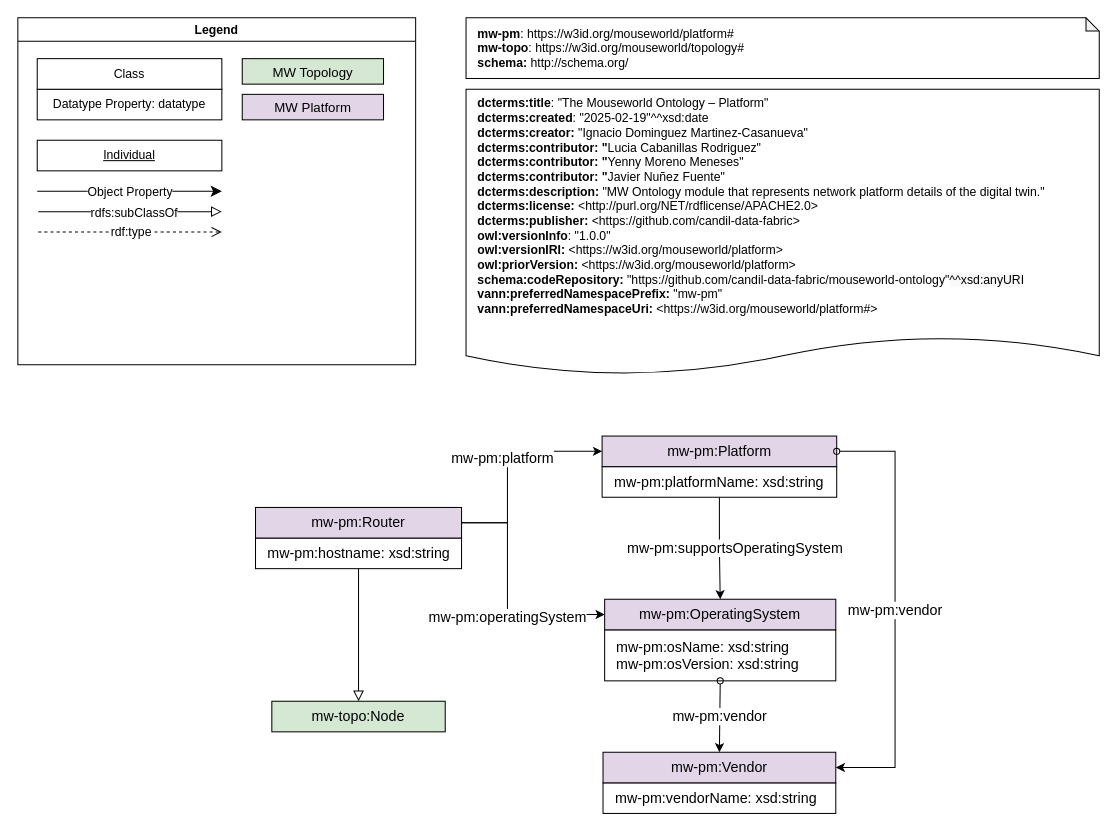
This is diagrams/platform/platform.drawio from Mouseworld-Lab/mouseworld-ontology, a draw.io file, before an edit. Source tidied: cells renumbered, new cells numbered last; positions are measured from the earlier drawing's top-left corner, leaving out a move shared by most shapes. Both pictures are drawn from the tidied source at 102%, with x=0, y=0 at pixel (17, 17).
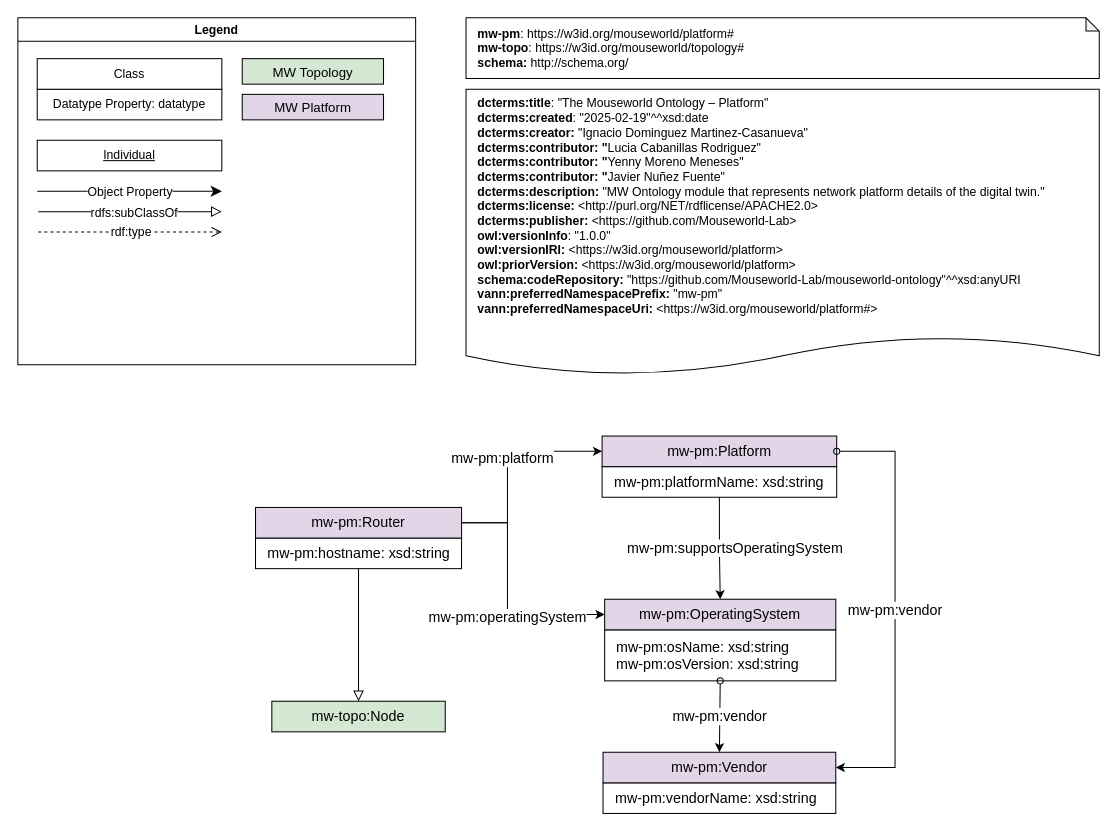
The same page after the edit.

The edit, as a diff of the source:
```diff
@@
-    <mxCell id="18" value="&lt;div&gt;&lt;b&gt;dcterms:title&lt;/b&gt;: &lt;span style=&quot;background-color: light-dark(rgb(255, 255, 255), rgb(18, 18, 18)); color: light-dark(rgb(0, 0, 0), rgb(237, 237, 237));&quot;&gt;&quot;The Mouseworld Ontology – Platform&lt;/span&gt;&lt;span style=&quot;background-color: light-dark(rgb(255, 255, 255), rgb(18, 18, 18)); color: light-dark(rgb(0, 0, 0), rgb(237, 237, 237));&quot;&gt;&quot;&lt;/span&gt;&lt;/div&gt;&lt;div&gt;&lt;b&gt;dcterms:created&lt;/b&gt;: &quot;2025-02-19&quot;^^xsd:date&lt;/div&gt;&lt;div&gt;&lt;b style=&quot;background-color: light-dark(rgb(255, 255, 255), rgb(18, 18, 18)); color: light-dark(rgb(0, 0, 0), rgb(237, 237, 237));&quot;&gt;dcterms:creator:&lt;/b&gt;&lt;span style=&quot;background-color: light-dark(rgb(255, 255, 255), rgb(18, 18, 18)); color: light-dark(rgb(0, 0, 0), rgb(237, 237, 237));&quot;&gt;&amp;nbsp;&quot;Ignacio Dominguez Martinez-Casanueva&quot;&lt;/span&gt;&lt;/div&gt;&lt;div&gt;&lt;div&gt;&lt;b&gt;dcterms:contributor: &quot;&lt;/b&gt;Lucia Cabanillas Rodriguez&quot;&lt;/div&gt;&lt;div&gt;&lt;b&gt;dcterms:contributor: &quot;&lt;/b&gt;Yenny Moreno Meneses&quot;&lt;/div&gt;&lt;div&gt;&lt;b&gt;dcterms:contributor: &quot;&lt;/b&gt;Javier Nuñez Fuente&quot;&lt;/div&gt;&lt;/div&gt;&lt;div&gt;&lt;b style=&quot;background-color: light-dark(rgb(255, 255, 255), rgb(18, 18, 18)); color: light-dark(rgb(0, 0, 0), rgb(237, 237, 237));&quot;&gt;dcterms:description:&amp;nbsp;&lt;/b&gt;&lt;span style=&quot;background-color: light-dark(rgb(255, 255, 255), rgb(18, 18, 18)); color: light-dark(rgb(0, 0, 0), rgb(237, 237, 237));&quot;&gt;&quot;MW Ontology module that represents network platform details of the digital twin.&quot;&lt;/span&gt;&lt;/div&gt;&lt;div&gt;&lt;div&gt;&lt;b&gt;dcterms:license:&amp;nbsp;&lt;/b&gt;&lt;span style=&quot;background-color: light-dark(rgb(255, 255, 255), rgb(18, 18, 18));&quot;&gt;&amp;lt;http://purl.org/NET/rdflicense/APACHE2.0&amp;gt;&lt;/span&gt;&lt;/div&gt;&lt;div&gt;&lt;span style=&quot;background-color: light-dark(rgb(255, 255, 255), rgb(18, 18, 18));&quot;&gt;&lt;b&gt;dcterms:publisher: &lt;/b&gt;&amp;lt;&lt;/span&gt;&lt;span style=&quot;background-color: light-dark(rgb(255, 255, 255), rgb(18, 18, 18));&quot;&gt;https://github.com/candil-data-fabric&amp;gt;&lt;/span&gt;&lt;/div&gt;&lt;div&gt;&lt;b&gt;owl:versionInfo&lt;/b&gt;: &quot;1.0.0&quot;&lt;br&gt;&lt;/div&gt;&lt;div&gt;&lt;b&gt;owl:versionIRI:&amp;nbsp;&lt;/b&gt;&amp;lt;https://w3id.org/mouseworld/platform&lt;span style=&quot;background-color: light-dark(rgb(255, 255, 255), rgb(18, 18, 18));&quot;&gt;&amp;gt;&lt;/span&gt;&lt;/div&gt;&lt;div&gt;&lt;b style=&quot;caret-color: rgb(0, 0, 0);&quot;&gt;owl:priorVersion:&lt;/b&gt;&lt;span style=&quot;caret-color: rgb(0, 0, 0);&quot;&gt;&amp;nbsp;&amp;lt;https://w3id.org/mouseworld/platform&amp;gt;&lt;/span&gt;&lt;span style=&quot;background-color: light-dark(rgb(255, 255, 255), rgb(18, 18, 18));&quot;&gt;&lt;br&gt;&lt;/span&gt;&lt;/div&gt;&lt;div&gt;&lt;span style=&quot;caret-color: rgb(0, 0, 0);&quot;&gt;&lt;div style=&quot;&quot;&gt;&lt;b style=&quot;background-color: light-dark(rgb(255, 255, 255), rgb(18, 18, 18)); color: light-dark(rgb(0, 0, 0), rgb(237, 237, 237));&quot;&gt;schema:codeRepository: &lt;/b&gt;&lt;span style=&quot;background-color: light-dark(rgb(255, 255, 255), rgb(18, 18, 18)); color: light-dark(rgb(0, 0, 0), rgb(237, 237, 237));&quot;&gt;&quot;https://github.com/candil-data-fabric/mouseworld-ontology&quot;&lt;/span&gt;&lt;span style=&quot;color: light-dark(rgb(0, 0, 0), rgb(237, 237, 237)); background-color: rgb(249, 249, 249); text-align: justify;&quot;&gt;^^xsd:anyURI&lt;/span&gt;&lt;/div&gt;&lt;/span&gt;&lt;/div&gt;&lt;div&gt;&lt;div style=&quot;caret-color: rgb(0, 0, 0);&quot;&gt;&lt;b&gt;vann:preferredNamespacePrefix:&lt;/b&gt;&amp;nbsp;&quot;mw-pm&quot;&lt;/div&gt;&lt;div style=&quot;caret-color: rgb(0, 0, 0);&quot;&gt;&lt;b&gt;vann:preferredNamespaceUri:&lt;/b&gt;&amp;nbsp;&amp;lt;https://w3id.org/mouseworld/platform#&amp;gt;&lt;/div&gt;&lt;div style=&quot;caret-color: rgb(0, 0, 0);&quot;&gt;&lt;br&gt;&lt;/div&gt;&lt;/div&gt;&lt;/div&gt;" style="shape=document;whiteSpace=wrap;html=1;boundedLbl=1;labelBackgroundColor=#ffffff;strokeColor=#000000;fontSize=12;fontColor=#000000;size=0.13333333333333333;align=left;spacingLeft=10;fontFamily=Helvetica;" parent="1" vertex="1">
+    <mxCell id="18" value="&lt;div&gt;&lt;b&gt;dcterms:title&lt;/b&gt;: &lt;span style=&quot;background-color: light-dark(rgb(255, 255, 255), rgb(18, 18, 18)); color: light-dark(rgb(0, 0, 0), rgb(237, 237, 237));&quot;&gt;&quot;The Mouseworld Ontology – Platform&lt;/span&gt;&lt;span style=&quot;background-color: light-dark(rgb(255, 255, 255), rgb(18, 18, 18)); color: light-dark(rgb(0, 0, 0), rgb(237, 237, 237));&quot;&gt;&quot;&lt;/span&gt;&lt;/div&gt;&lt;div&gt;&lt;b&gt;dcterms:created&lt;/b&gt;: &quot;2025-02-19&quot;^^xsd:date&lt;/div&gt;&lt;div&gt;&lt;b style=&quot;background-color: light-dark(rgb(255, 255, 255), rgb(18, 18, 18)); color: light-dark(rgb(0, 0, 0), rgb(237, 237, 237));&quot;&gt;dcterms:creator:&lt;/b&gt;&lt;span style=&quot;background-color: light-dark(rgb(255, 255, 255), rgb(18, 18, 18)); color: light-dark(rgb(0, 0, 0), rgb(237, 237, 237));&quot;&gt;&amp;nbsp;&quot;Ignacio Dominguez Martinez-Casanueva&quot;&lt;/span&gt;&lt;/div&gt;&lt;div&gt;&lt;div&gt;&lt;b&gt;dcterms:contributor: &quot;&lt;/b&gt;Lucia Cabanillas Rodriguez&quot;&lt;/div&gt;&lt;div&gt;&lt;b&gt;dcterms:contributor: &quot;&lt;/b&gt;Yenny Moreno Meneses&quot;&lt;/div&gt;&lt;div&gt;&lt;b&gt;dcterms:contributor: &quot;&lt;/b&gt;Javier Nuñez Fuente&quot;&lt;/div&gt;&lt;/div&gt;&lt;div&gt;&lt;b style=&quot;background-color: light-dark(rgb(255, 255, 255), rgb(18, 18, 18)); color: light-dark(rgb(0, 0, 0), rgb(237, 237, 237));&quot;&gt;dcterms:description:&amp;nbsp;&lt;/b&gt;&lt;span style=&quot;background-color: light-dark(rgb(255, 255, 255), rgb(18, 18, 18)); color: light-dark(rgb(0, 0, 0), rgb(237, 237, 237));&quot;&gt;&quot;MW Ontology module that represents network platform details of the digital twin.&quot;&lt;/span&gt;&lt;/div&gt;&lt;div&gt;&lt;div&gt;&lt;b&gt;dcterms:license:&amp;nbsp;&lt;/b&gt;&lt;span style=&quot;background-color: light-dark(rgb(255, 255, 255), rgb(18, 18, 18));&quot;&gt;&amp;lt;http://purl.org/NET/rdflicense/APACHE2.0&amp;gt;&lt;/span&gt;&lt;/div&gt;&lt;div&gt;&lt;span style=&quot;background-color: light-dark(rgb(255, 255, 255), rgb(18, 18, 18));&quot;&gt;&lt;b&gt;dcterms:publisher: &lt;/b&gt;&amp;lt;&lt;/span&gt;&lt;span style=&quot;background-color: light-dark(rgb(255, 255, 255), rgb(18, 18, 18));&quot;&gt;https://github.com/Mouseworld-Lab&amp;gt;&lt;/span&gt;&lt;/div&gt;&lt;div&gt;&lt;b&gt;owl:versionInfo&lt;/b&gt;: &quot;1.0.0&quot;&lt;br&gt;&lt;/div&gt;&lt;div&gt;&lt;b&gt;owl:versionIRI:&amp;nbsp;&lt;/b&gt;&amp;lt;https://w3id.org/mouseworld/platform&lt;span style=&quot;background-color: light-dark(rgb(255, 255, 255), rgb(18, 18, 18));&quot;&gt;&amp;gt;&lt;/span&gt;&lt;/div&gt;&lt;div&gt;&lt;b style=&quot;caret-color: rgb(0, 0, 0);&quot;&gt;owl:priorVersion:&lt;/b&gt;&lt;span style=&quot;caret-color: rgb(0, 0, 0);&quot;&gt;&amp;nbsp;&amp;lt;https://w3id.org/mouseworld/platform&amp;gt;&lt;/span&gt;&lt;span style=&quot;background-color: light-dark(rgb(255, 255, 255), rgb(18, 18, 18));&quot;&gt;&lt;br&gt;&lt;/span&gt;&lt;/div&gt;&lt;div&gt;&lt;span style=&quot;caret-color: rgb(0, 0, 0);&quot;&gt;&lt;div style=&quot;&quot;&gt;&lt;b style=&quot;background-color: light-dark(rgb(255, 255, 255), rgb(18, 18, 18)); color: light-dark(rgb(0, 0, 0), rgb(237, 237, 237));&quot;&gt;schema:codeRepository: &lt;/b&gt;&lt;span style=&quot;background-color: light-dark(rgb(255, 255, 255), rgb(18, 18, 18)); color: light-dark(rgb(0, 0, 0), rgb(237, 237, 237));&quot;&gt;&quot;https://github.com/Mouseworld-Lab/mouseworld-ontology&quot;&lt;/span&gt;&lt;span style=&quot;color: light-dark(rgb(0, 0, 0), rgb(237, 237, 237)); background-color: rgb(249, 249, 249); text-align: justify;&quot;&gt;^^xsd:anyURI&lt;/span&gt;&lt;/div&gt;&lt;/span&gt;&lt;/div&gt;&lt;div&gt;&lt;div style=&quot;caret-color: rgb(0, 0, 0);&quot;&gt;&lt;b&gt;vann:preferredNamespacePrefix:&lt;/b&gt;&amp;nbsp;&quot;mw-pm&quot;&lt;/div&gt;&lt;div style=&quot;caret-color: rgb(0, 0, 0);&quot;&gt;&lt;b&gt;vann:preferredNamespaceUri:&lt;/b&gt;&amp;nbsp;&amp;lt;https://w3id.org/mouseworld/platform#&amp;gt;&lt;/div&gt;&lt;div style=&quot;caret-color: rgb(0, 0, 0);&quot;&gt;&lt;br&gt;&lt;/div&gt;&lt;/div&gt;&lt;/div&gt;" style="shape=document;whiteSpace=wrap;html=1;boundedLbl=1;labelBackgroundColor=#ffffff;strokeColor=#000000;fontSize=12;fontColor=#000000;size=0.13333333333333333;align=left;spacingLeft=10;fontFamily=Helvetica;" parent="1" vertex="1">
       <mxGeometry x="439.4" y="70" width="620.8" height="280" as="geometry" />
     </mxCell>
```
